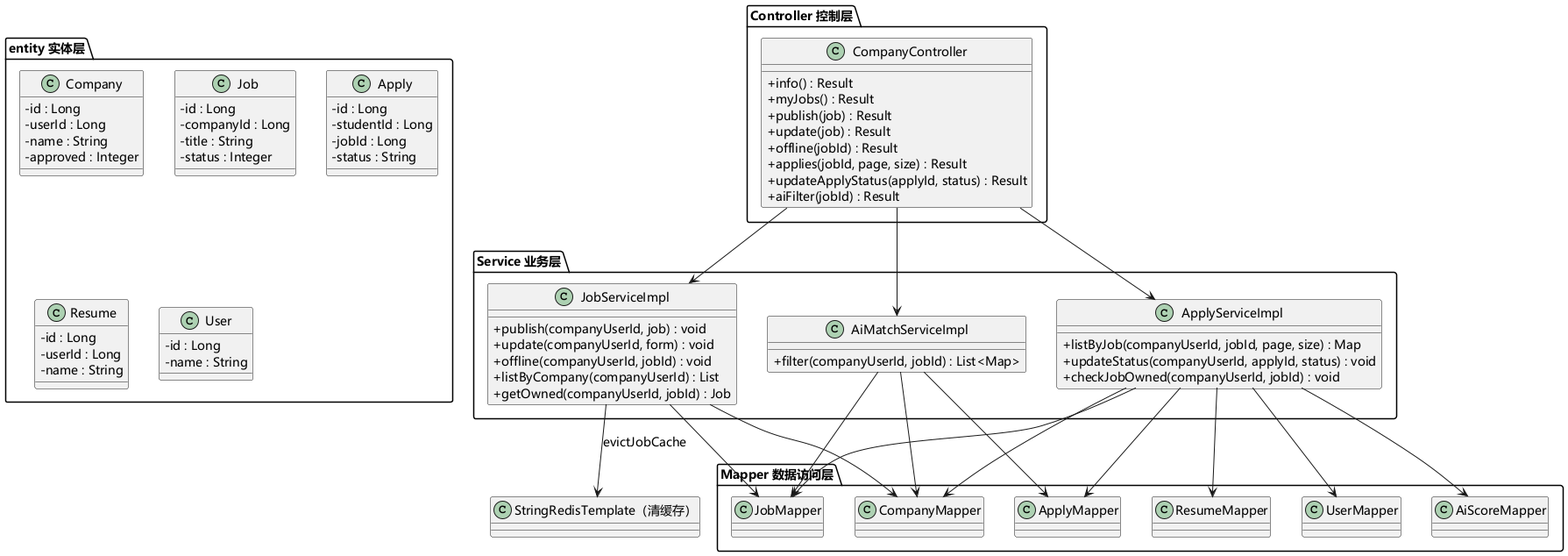
This is uml/png/何贵剑/何贵剑-企业端设计类图.png from sheep7-bot/recruit-internship-system, a PlantUML export, as it was before one commit.
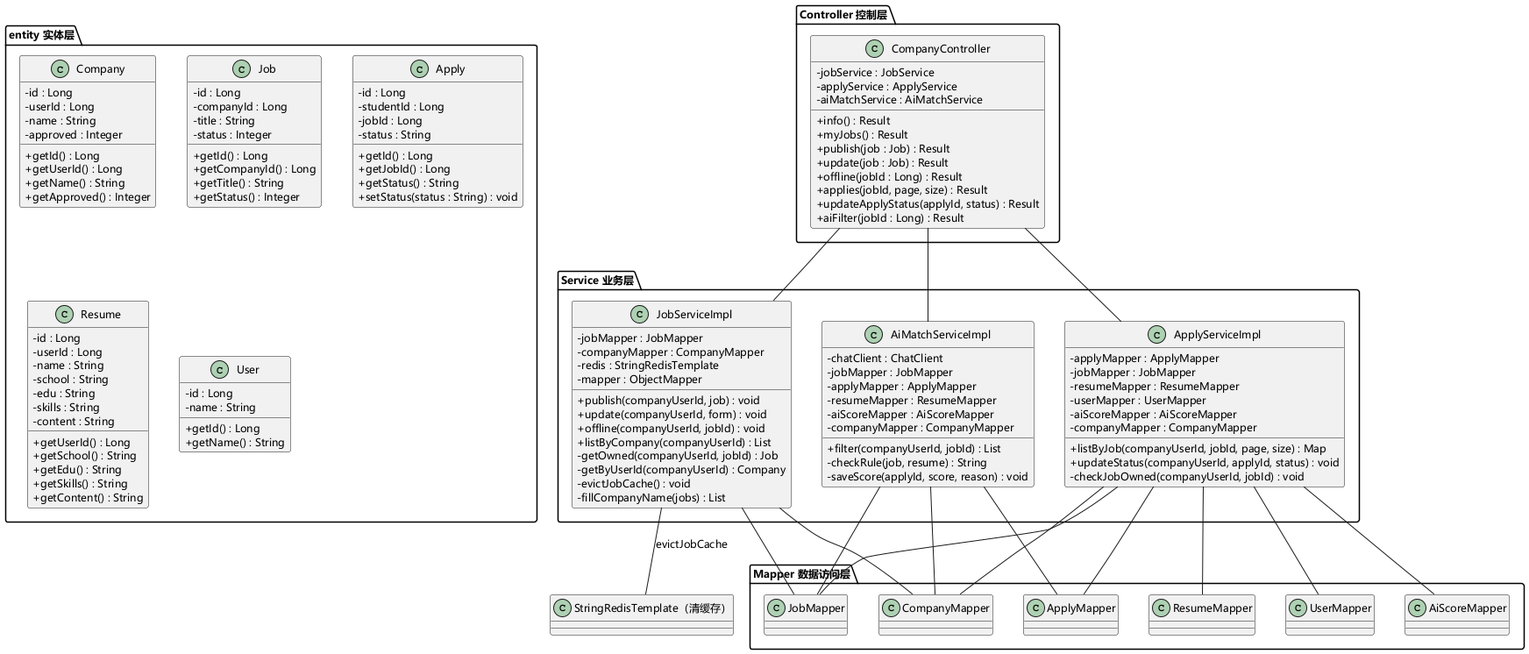
Above is the later version.

Change to the diagram source:
```diff
@@ -1,36 +1,61 @@
 @startuml 何贵剑-企业端设计类图
 skinparam defaultFontName "Microsoft YaHei"
 skinparam classAttributeIconSize 0
-skinparam defaultFontSize 14
+skinparam defaultFontSize 12
+skinparam defaultFontSize 12
 
 package "Controller 控制层" {
   class CompanyController {
+    -jobService : JobService
+    -applyService : ApplyService
+    -aiMatchService : AiMatchService
     +info() : Result
     +myJobs() : Result
-    +publish(job) : Result
-    +update(job) : Result
-    +offline(jobId) : Result
+    +publish(job : Job) : Result
+    +update(job : Job) : Result
+    +offline(jobId : Long) : Result
     +applies(jobId, page, size) : Result
     +updateApplyStatus(applyId, status) : Result
-    +aiFilter(jobId) : Result
+    +aiFilter(jobId : Long) : Result
   }
 }
 
 package "Service 业务层" {
   class JobServiceImpl {
+    -jobMapper : JobMapper
+    -companyMapper : CompanyMapper
+    -redis : StringRedisTemplate
+    -mapper : ObjectMapper
     +publish(companyUserId, job) : void
     +update(companyUserId, form) : void
     +offline(companyUserId, jobId) : void
     +listByCompany(companyUserId) : List
-    +getOwned(companyUserId, jobId) : Job
+    -getOwned(companyUserId, jobId) : Job
+    -getByUserId(companyUserId) : Company
+    -evictJobCache() : void
+    -fillCompanyName(jobs) : List
   }
   class ApplyServiceImpl {
+    -applyMapper : ApplyMapper
+    -jobMapper : JobMapper
+    -resumeMapper : ResumeMapper
+    -userMapper : UserMapper
+    -aiScoreMapper : AiScoreMapper
+    -companyMapper : CompanyMapper
     +listByJob(companyUserId, jobId, page, size) : Map
     +updateStatus(companyUserId, applyId, status) : void
-    +checkJobOwned(companyUserId, jobId) : void
+    -checkJobOwned(companyUserId, jobId) : void
   }
   class AiMatchServiceImpl {
-    +filter(companyUserId, jobId) : List<Map>
+    -chatClient : ChatClient
+    -jobMapper : JobMapper
+    -applyMapper : ApplyMapper
+    -resumeMapper : ResumeMapper
+    -aiScoreMapper : AiScoreMapper
+    -companyMapper : CompanyMapper
+    +filter(companyUserId, jobId) : List
+    -checkRule(job, resume) : String
+    -saveScore(applyId, score, reason) : void
   }
 }
 
@@ -49,46 +74,69 @@
     -userId : Long
     -name : String
     -approved : Integer
+    +getId() : Long
+    +getUserId() : Long
+    +getName() : String
+    +getApproved() : Integer
   }
   class Job {
     -id : Long
     -companyId : Long
     -title : String
     -status : Integer
+    +getId() : Long
+    +getCompanyId() : Long
+    +getTitle() : String
+    +getStatus() : Integer
   }
   class Apply {
     -id : Long
     -studentId : Long
     -jobId : Long
     -status : String
+    +getId() : Long
+    +getJobId() : Long
+    +getStatus() : String
+    +setStatus(status : String) : void
   }
   class Resume {
     -id : Long
     -userId : Long
     -name : String
+    -school : String
+    -edu : String
+    -skills : String
+    -content : String
+    +getUserId() : Long
+    +getSchool() : String
+    +getEdu() : String
+    +getSkills() : String
+    +getContent() : String
   }
   class User {
     -id : Long
     -name : String
+    +getId() : Long
+    +getName() : String
   }
 }
 
 class "StringRedisTemplate（清缓存）" as redis
 
-CompanyController --> JobServiceImpl
-CompanyController --> ApplyServiceImpl
-CompanyController --> AiMatchServiceImpl
+CompanyController -- JobServiceImpl
+CompanyController -- ApplyServiceImpl
+CompanyController -- AiMatchServiceImpl
 
-JobServiceImpl --> JobMapper
-JobServiceImpl --> CompanyMapper
-JobServiceImpl --> redis : evictJobCache
-ApplyServiceImpl --> ApplyMapper
-ApplyServiceImpl --> JobMapper
-ApplyServiceImpl --> CompanyMapper
-ApplyServiceImpl --> ResumeMapper
-ApplyServiceImpl --> UserMapper
-ApplyServiceImpl --> AiScoreMapper
-AiMatchServiceImpl --> JobMapper
-AiMatchServiceImpl --> CompanyMapper
-AiMatchServiceImpl --> ApplyMapper
+JobServiceImpl -- JobMapper
+JobServiceImpl -- CompanyMapper
+JobServiceImpl -- redis : evictJobCache
+ApplyServiceImpl -- ApplyMapper
+ApplyServiceImpl -- JobMapper
+ApplyServiceImpl -- CompanyMapper
+ApplyServiceImpl -- ResumeMapper
+ApplyServiceImpl -- UserMapper
+ApplyServiceImpl -- AiScoreMapper
+AiMatchServiceImpl -- JobMapper
+AiMatchServiceImpl -- CompanyMapper
+AiMatchServiceImpl -- ApplyMapper
 @enduml
```
